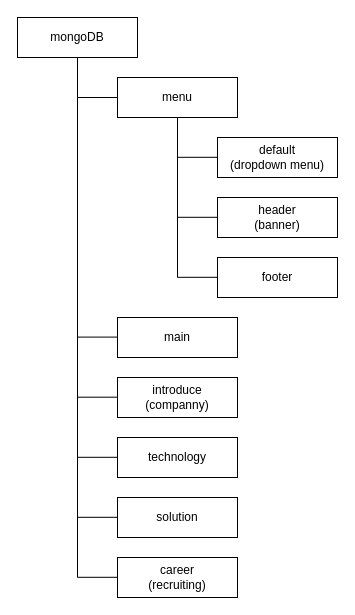
This is pointi-homepage/homepage-server-data-tree.drawio.xml from Agratos/everyday-study, a draw.io file, before an edit. Source tidied: cells renumbered, new cells numbered last; positions are measured from the earlier drawing's top-left corner, leaving out a move shared by most shapes. Both pictures are drawn from the tidied source at 100%, with x=0, y=0 at pixel (17, 17).
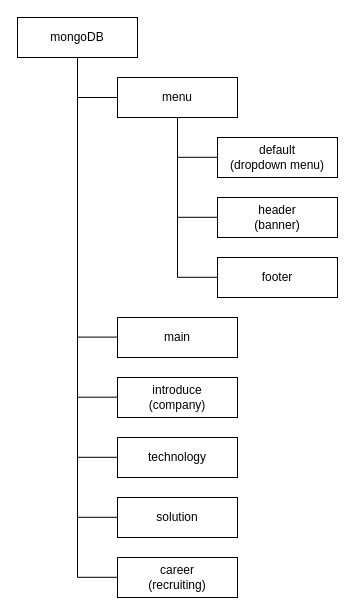
The same diagram, later.

What changed in the source:
```diff
@@
-    <mxCell id="6" value="introduce&lt;br&gt;(companny)" style="rounded=0;whiteSpace=wrap;html=1;" parent="1" vertex="1">
+    <mxCell id="6" value="introduce&lt;br&gt;(company)" style="rounded=0;whiteSpace=wrap;html=1;" parent="1" vertex="1">
       <mxGeometry x="100" y="360" width="120" height="40" as="geometry" />
     </mxCell>
```
